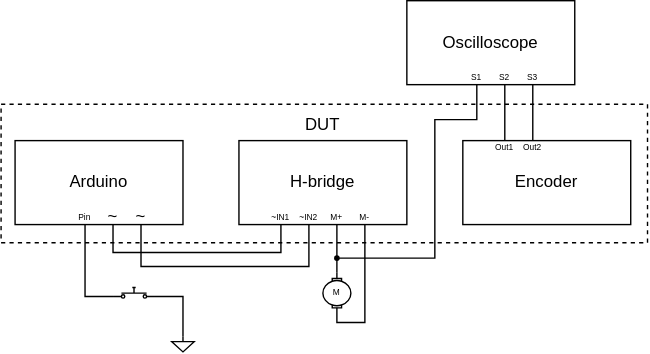
Before: gitfigures/appendix/control_tests/step_response_test/step_response_test_setup.drawio.svg, a diagram exported from draw.io (Niclasapdk/esd5_project). Source tidied: cells renumbered, new cells last; positions are measured from the earlier drawing's top-left corner, leaving out a move shared by most shapes.
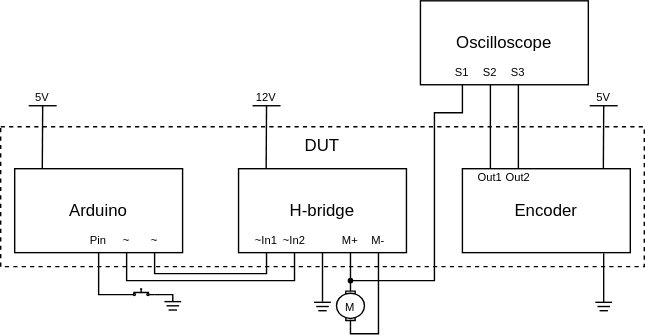
Later version of the same file.

What changed in the source:
```diff
@@ -2,122 +2,240 @@
   <root>
     <mxCell id="0" />
     <mxCell id="1" parent="0" />
-    <mxCell id="2" style="rounded=0;whiteSpace=wrap;html=1;dashed=1;" parent="1" vertex="1">
-      <mxGeometry y="74" width="462" height="99" as="geometry" />
-    </mxCell>
+    <mxCell id="32" value="DUT" style="rounded=0;whiteSpace=wrap;html=1;strokeColor=default;dashed=1;verticalAlign=top;" parent="1" vertex="1">
+      <mxGeometry x="40" y="50" width="460" height="100" as="geometry" />
+    </mxCell>
+    <mxCell id="33" style="edgeStyle=orthogonalEdgeStyle;rounded=0;jettySize=auto;html=1;exitX=0.5;exitY=1;exitDx=0;exitDy=0;endArrow=none;endFill=0;" parent="1" edge="1" source="4">
+      <mxGeometry relative="1" as="geometry">
+        <mxPoint x="270" y="175" as="targetPoint" />
+      </mxGeometry>
+    </mxCell>
+    <mxCell id="34" style="edgeStyle=orthogonalEdgeStyle;rounded=0;jettySize=auto;html=1;exitX=0.5;exitY=1;exitDx=0;exitDy=0;entryX=0.5;entryY=1;entryDx=0;entryDy=0;endArrow=none;endFill=0;" parent="1" edge="1" source="42" target="40">
+      <mxGeometry relative="1" as="geometry">
+        <Array as="points">
+          <mxPoint x="250" y="160" />
+          <mxPoint x="130" y="160" />
+        </Array>
+      </mxGeometry>
+    </mxCell>
+    <mxCell id="35" style="edgeStyle=orthogonalEdgeStyle;rounded=0;jettySize=auto;html=1;exitX=0.5;exitY=1;exitDx=0;exitDy=0;entryX=0.5;entryY=1;entryDx=0;entryDy=0;endArrow=none;endFill=0;" parent="1" edge="1" source="39" target="41">
+      <mxGeometry relative="1" as="geometry" />
+    </mxCell>
+    <mxCell id="36" style="edgeStyle=orthogonalEdgeStyle;rounded=0;jettySize=auto;html=1;exitX=0;exitY=0.5;exitDx=0;exitDy=0;exitPerimeter=0;entryX=0.5;entryY=1;entryDx=0;entryDy=0;endArrow=none;endFill=0;" parent="1" edge="1" source="43" target="13">
+      <mxGeometry relative="1" as="geometry" />
+    </mxCell>
+    <mxCell id="37" style="edgeStyle=orthogonalEdgeStyle;rounded=0;jettySize=auto;html=1;exitX=0.5;exitY=1;exitDx=0;exitDy=0;entryX=1;entryY=0.5;entryDx=0;entryDy=0;entryPerimeter=0;endArrow=none;endFill=0;" parent="1" edge="1" source="14" target="43">
+      <mxGeometry relative="1" as="geometry">
+        <Array as="points">
+          <mxPoint x="310" y="198" />
+          <mxPoint x="290" y="198" />
+        </Array>
+      </mxGeometry>
+    </mxCell>
+    <mxCell id="38" style="edgeStyle=orthogonalEdgeStyle;rounded=0;jettySize=auto;html=1;exitX=0.5;exitY=1;exitDx=0;exitDy=0;endArrow=oval;endFill=1;endSize=3;" parent="1" edge="1" source="22">
+      <mxGeometry relative="1" as="geometry">
+        <mxPoint x="290" y="160" as="targetPoint" />
+        <Array as="points">
+          <mxPoint x="370" y="40" />
+          <mxPoint x="350" y="40" />
+          <mxPoint x="350" y="160" />
+          <mxPoint x="290" y="160" />
+        </Array>
+      </mxGeometry>
+    </mxCell>
     <mxCell id="3" value="Arduino" style="rounded=0;whiteSpace=wrap;html=1;" parent="1" vertex="1">
-      <mxGeometry x="10" y="100" width="120" height="60" as="geometry" />
+      <mxGeometry x="50" y="80" width="120" height="60" as="geometry" />
     </mxCell>
     <mxCell id="4" value="H-bridge" style="rounded=0;whiteSpace=wrap;html=1;" parent="1" vertex="1">
-      <mxGeometry x="170" y="100" width="120" height="60" as="geometry" />
+      <mxGeometry x="210" y="80" width="120" height="60" as="geometry" />
     </mxCell>
-    <mxCell id="5" value="~" style="text;html=1;align=center;verticalAlign=middle;whiteSpace=wrap;rounded=0;" parent="1" vertex="1">
-      <mxGeometry x="90" y="150" width="20" height="10" as="geometry" />
-    </mxCell>
+    <mxCell id="7" value="Encoder" style="rounded=0;whiteSpace=wrap;html=1;" parent="1" vertex="1">
+      <mxGeometry x="370" y="80" width="120" height="60" as="geometry" />
+    </mxCell>
+    <mxCell id="17" style="edgeStyle=orthogonalEdgeStyle;rounded=0;jettySize=auto;html=1;exitX=0.5;exitY=1;exitDx=0;exitDy=0;endArrow=none;endFill=0;entryX=0.5;entryY=0;entryDx=0;entryDy=0;" parent="1" edge="1" source="18" target="16">
+      <mxGeometry relative="1" as="geometry">
+        <Array as="points">
+          <mxPoint x="410" y="50" />
+          <mxPoint x="410" y="50" />
+        </Array>
+      </mxGeometry>
+    </mxCell>
+    <mxCell id="19" style="edgeStyle=orthogonalEdgeStyle;rounded=0;jettySize=auto;html=1;exitX=0.5;exitY=1;exitDx=0;exitDy=0;entryX=0.5;entryY=0;entryDx=0;entryDy=0;endArrow=none;endFill=0;" parent="1" edge="1" source="20" target="15">
+      <mxGeometry relative="1" as="geometry" />
+    </mxCell>
     <mxCell id="6" value="Oscilloscope" style="rounded=0;whiteSpace=wrap;html=1;" parent="1" vertex="1">
-      <mxGeometry x="290" width="120" height="60" as="geometry" />
+      <mxGeometry x="340" y="-40" width="120" height="60" as="geometry" />
     </mxCell>
-    <mxCell id="7" value="Encoder" style="rounded=0;whiteSpace=wrap;html=1;" parent="1" vertex="1">
-      <mxGeometry x="330" y="100" width="120" height="60" as="geometry" />
-    </mxCell>
-    <mxCell id="8" value="~" style="text;html=1;align=center;verticalAlign=middle;whiteSpace=wrap;rounded=0;" parent="1" vertex="1">
-      <mxGeometry x="70" y="150" width="20" height="10" as="geometry" />
-    </mxCell>
-    <mxCell id="9" style="edgeStyle=orthogonalEdgeStyle;rounded=0;jettySize=auto;html=1;exitX=0.5;exitY=1;exitDx=0;exitDy=0;entryX=0.5;entryY=1;entryDx=0;entryDy=0;endArrow=none;endFill=0;" parent="1" edge="1" source="10" target="8">
-      <mxGeometry relative="1" as="geometry">
-        <Array as="points">
-          <mxPoint x="200" y="180" />
-          <mxPoint x="80" y="180" />
-        </Array>
-      </mxGeometry>
-    </mxCell>
-    <mxCell id="10" value="&lt;font style=&quot;font-size: 6px;&quot;&gt;~IN1&lt;/font&gt;" style="text;html=1;align=center;verticalAlign=middle;whiteSpace=wrap;rounded=0;spacingBottom=5;" parent="1" vertex="1">
-      <mxGeometry x="190" y="150" width="20" height="10" as="geometry" />
-    </mxCell>
-    <mxCell id="11" style="edgeStyle=orthogonalEdgeStyle;rounded=0;jettySize=auto;html=1;exitX=0.5;exitY=1;exitDx=0;exitDy=0;entryX=0.5;entryY=1;entryDx=0;entryDy=0;endArrow=none;endFill=0;" parent="1" edge="1" source="12" target="5">
-      <mxGeometry relative="1" as="geometry">
-        <Array as="points">
-          <mxPoint x="220" y="190" />
-          <mxPoint x="100" y="190" />
-        </Array>
-      </mxGeometry>
-    </mxCell>
-    <mxCell id="12" value="&lt;font style=&quot;font-size: 6px;&quot;&gt;~IN2&lt;/font&gt;" style="text;html=1;align=center;verticalAlign=middle;whiteSpace=wrap;rounded=0;spacingBottom=5;" parent="1" vertex="1">
-      <mxGeometry x="210" y="150" width="20" height="10" as="geometry" />
-    </mxCell>
+    <mxCell id="39" value="&lt;font style=&quot;font-size: 8px;&quot;&gt;~&lt;/font&gt;" style="text;html=1;align=center;verticalAlign=middle;whiteSpace=wrap;rounded=0;" parent="1" vertex="1">
+      <mxGeometry x="140" y="125" width="20" height="10" as="geometry" />
+    </mxCell>
+    <mxCell id="40" value="&lt;font style=&quot;font-size: 8px;&quot;&gt;~&lt;/font&gt;" style="text;html=1;align=center;verticalAlign=middle;whiteSpace=wrap;rounded=0;" parent="1" vertex="1">
+      <mxGeometry x="120" y="125" width="20" height="10" as="geometry" />
+    </mxCell>
+    <mxCell id="30" value="&lt;font style=&quot;font-size: 8px;&quot;&gt;Pin&lt;/font&gt;" style="text;html=1;align=center;verticalAlign=middle;whiteSpace=wrap;rounded=0;" parent="1" vertex="1">
+      <mxGeometry x="100" y="125" width="20" height="10" as="geometry" />
+    </mxCell>
+    <mxCell id="41" value="&lt;font style=&quot;font-size: 8px;&quot;&gt;~In1&lt;/font&gt;" style="text;html=1;align=center;verticalAlign=middle;whiteSpace=wrap;rounded=0;" parent="1" vertex="1">
+      <mxGeometry x="220" y="125" width="20" height="10" as="geometry" />
+    </mxCell>
+    <mxCell id="42" value="&lt;font style=&quot;font-size: 8px;&quot;&gt;~In2&lt;/font&gt;" style="text;html=1;align=center;verticalAlign=middle;whiteSpace=wrap;rounded=0;" parent="1" vertex="1">
+      <mxGeometry x="240" y="125" width="20" height="10" as="geometry" />
+    </mxCell>
+    <mxCell id="14" value="&lt;font style=&quot;font-size: 8px;&quot;&gt;M-&lt;/font&gt;" style="text;html=1;align=center;verticalAlign=middle;whiteSpace=wrap;rounded=0;" parent="1" vertex="1">
+      <mxGeometry x="300" y="125" width="20" height="10" as="geometry" />
+    </mxCell>
-    <mxCell id="13" value="&lt;font style=&quot;font-size: 6px;&quot;&gt;M+&lt;/font&gt;" style="text;html=1;align=center;verticalAlign=middle;whiteSpace=wrap;rounded=0;spacingBottom=5;" parent="1" vertex="1">
-      <mxGeometry x="230" y="150" width="20" height="10" as="geometry" />
+    <mxCell id="13" value="&lt;font style=&quot;font-size: 8px;&quot;&gt;M+&lt;/font&gt;" style="text;html=1;align=center;verticalAlign=middle;whiteSpace=wrap;rounded=0;" parent="1" vertex="1">
+      <mxGeometry x="280" y="125" width="20" height="10" as="geometry" />
     </mxCell>
-    <mxCell id="14" value="&lt;font style=&quot;font-size: 6px;&quot;&gt;M-&lt;/font&gt;" style="text;html=1;align=center;verticalAlign=middle;whiteSpace=wrap;rounded=0;spacingBottom=5;" parent="1" vertex="1">
-      <mxGeometry x="250" y="150" width="20" height="10" as="geometry" />
-    </mxCell>
-    <mxCell id="15" value="&lt;font style=&quot;font-size: 6px;&quot;&gt;Out1&lt;/font&gt;" style="text;html=1;align=center;verticalAlign=middle;whiteSpace=wrap;rounded=0;spacingBottom=5;" parent="1" vertex="1">
-      <mxGeometry x="350" y="100" width="20" height="10" as="geometry" />
+    <mxCell id="15" value="&lt;font style=&quot;font-size: 8px;&quot;&gt;Out1&lt;/font&gt;" style="text;html=1;align=center;verticalAlign=middle;whiteSpace=wrap;rounded=0;" parent="1" vertex="1">
+      <mxGeometry x="380" y="80" width="20" height="10" as="geometry" />
     </mxCell>
-    <mxCell id="16" value="&lt;font style=&quot;font-size: 6px;&quot;&gt;Out2&lt;/font&gt;" style="text;html=1;align=center;verticalAlign=middle;whiteSpace=wrap;rounded=0;spacingBottom=5;" parent="1" vertex="1">
-      <mxGeometry x="370" y="100" width="20" height="10" as="geometry" />
+    <mxCell id="16" value="&lt;font style=&quot;font-size: 8px;&quot;&gt;Out2&lt;/font&gt;" style="text;html=1;align=center;verticalAlign=middle;whiteSpace=wrap;rounded=0;" parent="1" vertex="1">
+      <mxGeometry x="400" y="80" width="20" height="10" as="geometry" />
     </mxCell>
-    <mxCell id="17" style="edgeStyle=orthogonalEdgeStyle;rounded=0;jettySize=auto;html=1;endArrow=none;endFill=0;" parent="1" edge="1" source="18" target="16">
-      <mxGeometry relative="1" as="geometry" />
-    </mxCell>
-    <mxCell id="18" value="&lt;font style=&quot;font-size: 6px;&quot;&gt;S3&lt;/font&gt;" style="text;html=1;align=center;verticalAlign=middle;whiteSpace=wrap;rounded=0;spacingBottom=5;" parent="1" vertex="1">
-      <mxGeometry x="370" y="50" width="20" height="10" as="geometry" />
+    <mxCell id="18" value="&lt;font style=&quot;font-size: 8px;&quot;&gt;S3&lt;/font&gt;" style="text;html=1;align=center;verticalAlign=middle;whiteSpace=wrap;rounded=0;" parent="1" vertex="1">
+      <mxGeometry x="400" y="5" width="20" height="10" as="geometry" />
     </mxCell>
-    <mxCell id="19" style="edgeStyle=orthogonalEdgeStyle;rounded=0;jettySize=auto;html=1;entryX=0.5;entryY=0;entryDx=0;entryDy=0;endArrow=none;endFill=0;" parent="1" edge="1" source="20" target="15">
-      <mxGeometry relative="1" as="geometry" />
-    </mxCell>
-    <mxCell id="20" value="&lt;font style=&quot;font-size: 6px;&quot;&gt;S2&lt;/font&gt;" style="text;html=1;align=center;verticalAlign=middle;whiteSpace=wrap;rounded=0;spacingBottom=5;" parent="1" vertex="1">
-      <mxGeometry x="350" y="50" width="20" height="10" as="geometry" />
+    <mxCell id="20" value="&lt;font style=&quot;font-size: 8px;&quot;&gt;S2&lt;/font&gt;" style="text;html=1;align=center;verticalAlign=middle;whiteSpace=wrap;rounded=0;" parent="1" vertex="1">
+      <mxGeometry x="380" y="5" width="20" height="10" as="geometry" />
     </mxCell>
-    <mxCell id="21" style="edgeStyle=orthogonalEdgeStyle;rounded=0;jettySize=auto;html=1;exitX=0.5;exitY=1;exitDx=0;exitDy=0;endArrow=oval;endFill=1;endSize=3;" parent="1" edge="1" source="22">
-      <mxGeometry relative="1" as="geometry">
-        <mxPoint x="240" y="184" as="targetPoint" />
-        <Array as="points">
-          <mxPoint x="340" y="85" />
-          <mxPoint x="310" y="85" />
-          <mxPoint x="310" y="184" />
-        </Array>
-      </mxGeometry>
-    </mxCell>
-    <mxCell id="22" value="&lt;font style=&quot;font-size: 6px;&quot;&gt;S1&lt;/font&gt;" style="text;html=1;align=center;verticalAlign=middle;whiteSpace=wrap;rounded=0;spacingBottom=5;" parent="1" vertex="1">
-      <mxGeometry x="330" y="50" width="20" height="10" as="geometry" />
+    <mxCell id="22" value="&lt;font style=&quot;font-size: 8px;&quot;&gt;S1&lt;/font&gt;" style="text;html=1;align=center;verticalAlign=middle;whiteSpace=wrap;rounded=0;" parent="1" vertex="1">
+      <mxGeometry x="360" y="5" width="20" height="10" as="geometry" />
     </mxCell>
-    <mxCell id="23" style="edgeStyle=orthogonalEdgeStyle;rounded=0;jettySize=auto;html=1;exitX=1;exitY=0.5;exitDx=0;exitDy=0;exitPerimeter=0;entryX=0.5;entryY=1;entryDx=0;entryDy=0;endArrow=none;endFill=0;" parent="1" edge="1" source="24" target="14">
-      <mxGeometry relative="1" as="geometry">
-        <Array as="points">
-          <mxPoint x="240" y="230" />
-          <mxPoint x="260" y="230" />
-        </Array>
-      </mxGeometry>
-    </mxCell>
-    <mxCell id="24" style="shape=mxgraph.electrical.electro-mechanical.motor_2;html=1;shadow=0;dashed=0;align=center;fontSize=30;strokeWidth=1;spacingBottom=16;rotation=90;spacingRight=0;" parent="1" vertex="1">
-      <mxGeometry x="225" y="199" width="30" height="20" as="geometry" />
-    </mxCell>
-    <mxCell id="25" style="edgeStyle=orthogonalEdgeStyle;rounded=0;jettySize=auto;html=1;exitX=0.5;exitY=1;exitDx=0;exitDy=0;entryX=0;entryY=0.5;entryDx=0;entryDy=0;entryPerimeter=0;endArrow=none;endFill=0;" parent="1" edge="1" source="13" target="24">
-      <mxGeometry relative="1" as="geometry" />
-    </mxCell>
+    <mxCell id="43" style="shape=mxgraph.electrical.electro-mechanical.motor_2;html=1;shadow=0;dashed=0;align=center;fontSize=30;strokeWidth=1;direction=south;" parent="1" vertex="1">
+      <mxGeometry x="280" y="163" width="20" height="30" as="geometry" />
+    </mxCell>
-    <mxCell id="26" value="&lt;font style=&quot;font-size: 6px;&quot;&gt;M&lt;/font&gt;" style="text;html=1;align=center;verticalAlign=middle;whiteSpace=wrap;rounded=0;spacingBottom=5;" parent="1" vertex="1">
-      <mxGeometry x="230" y="204" width="20" height="10" as="geometry" />
+    <mxCell id="26" value="&lt;font style=&quot;font-size: 8px;&quot;&gt;M&lt;/font&gt;" style="text;html=1;align=center;verticalAlign=middle;whiteSpace=wrap;rounded=0;" parent="1" vertex="1">
+      <mxGeometry x="280" y="175.5" width="20" height="5" as="geometry" />
     </mxCell>
-    <mxCell id="27" style="edgeStyle=orthogonalEdgeStyle;rounded=0;jettySize=auto;html=1;exitX=1;exitY=0.8;exitDx=0;exitDy=0;endArrow=none;endFill=0;" parent="1" edge="1" source="28">
-      <mxGeometry relative="1" as="geometry">
-        <mxPoint x="130" y="240" as="targetPoint" />
-      </mxGeometry>
-    </mxCell>
-    <mxCell id="28" style="html=1;shape=mxgraph.electrical.electro-mechanical.pushbutton;elSwitchState=off;" parent="1" vertex="1">
-      <mxGeometry x="80" y="205" width="30" height="8" as="geometry" />
-    </mxCell>
-    <mxCell id="29" style="edgeStyle=orthogonalEdgeStyle;rounded=0;jettySize=auto;html=1;exitX=0.5;exitY=1;exitDx=0;exitDy=0;entryX=0;entryY=0.8;entryDx=0;entryDy=0;endArrow=none;endFill=0;" parent="1" edge="1" source="30" target="28">
-      <mxGeometry relative="1" as="geometry" />
-    </mxCell>
-    <mxCell id="30" value="&lt;font style=&quot;font-size: 6px;&quot;&gt;Pin&lt;/font&gt;" style="text;html=1;align=center;verticalAlign=middle;whiteSpace=wrap;rounded=0;spacingBottom=5;" parent="1" vertex="1">
-      <mxGeometry x="50" y="150" width="20" height="10" as="geometry" />
-    </mxCell>
-    <mxCell id="31" style="verticalLabelPosition=bottom;shadow=0;dashed=0;align=center;html=1;verticalAlign=top;shape=mxgraph.electrical.signal_sources.signal_ground;" parent="1" vertex="1">
-      <mxGeometry x="122" y="240" width="16" height="11" as="geometry" />
-    </mxCell>
-    <mxCell id="32" value="DUT" style="text;html=1;align=center;verticalAlign=middle;whiteSpace=wrap;rounded=0;" parent="1" vertex="1">
-      <mxGeometry x="200" y="74" width="60" height="30" as="geometry" />
-    </mxCell>
+    <mxCell id="44" style="edgeStyle=orthogonalEdgeStyle;rounded=0;jettySize=auto;html=1;exitX=0;exitY=0.8;exitDx=0;exitDy=0;entryX=0.5;entryY=1;entryDx=0;entryDy=0;endArrow=none;endFill=0;" parent="1" edge="1" source="46" target="3">
+      <mxGeometry relative="1" as="geometry">
+        <Array as="points">
+          <mxPoint x="110" y="170" />
+        </Array>
+      </mxGeometry>
+    </mxCell>
+    <mxCell id="45" style="edgeStyle=orthogonalEdgeStyle;rounded=0;jettySize=auto;html=1;exitX=1;exitY=0.8;exitDx=0;exitDy=0;endArrow=none;endFill=0;" parent="1" edge="1" source="46">
+      <mxGeometry relative="1" as="geometry">
+        <mxPoint x="163" y="175" as="targetPoint" />
+      </mxGeometry>
+    </mxCell>
+    <mxCell id="46" style="html=1;shape=mxgraph.electrical.electro-mechanical.pushbutton;elSwitchState=off;strokeWidth=1;" parent="1" vertex="1">
+      <mxGeometry x="131" y="166" width="18.7" height="5" as="geometry" />
+    </mxCell>
+    <mxCell id="47" style="group;" parent="1" vertex="1">
+      <mxGeometry x="157" y="175" width="12" height="6" as="geometry" />
+    </mxCell>
+    <mxCell id="48" style="endArrow=none;html=1;rounded=0;" parent="47" edge="1">
+      <mxGeometry relative="1" as="geometry">
+        <mxPoint as="sourcePoint" />
+        <mxPoint x="12" as="targetPoint" />
+      </mxGeometry>
+    </mxCell>
+    <mxCell id="49" style="endArrow=none;html=1;rounded=0;" parent="47" edge="1">
+      <mxGeometry relative="1" as="geometry">
+        <mxPoint x="1.5" y="3" as="sourcePoint" />
+        <mxPoint x="10.5" y="3" as="targetPoint" />
+      </mxGeometry>
+    </mxCell>
+    <mxCell id="50" style="endArrow=none;html=1;rounded=0;" parent="47" edge="1">
+      <mxGeometry relative="1" as="geometry">
+        <mxPoint x="3" y="6" as="sourcePoint" />
+        <mxPoint x="9" y="6" as="targetPoint" />
+      </mxGeometry>
+    </mxCell>
+    <mxCell id="51" style="endArrow=none;html=1;rounded=0;" parent="1" edge="1">
+      <mxGeometry relative="1" as="geometry">
+        <mxPoint x="69.7" y="80" as="sourcePoint" />
+        <mxPoint x="70" y="35" as="targetPoint" />
+      </mxGeometry>
+    </mxCell>
+    <mxCell id="52" style="endArrow=none;html=1;rounded=0;" parent="1" edge="1">
+      <mxGeometry relative="1" as="geometry">
+        <mxPoint x="60" y="35" as="sourcePoint" />
+        <mxPoint x="80" y="35" as="targetPoint" />
+      </mxGeometry>
+    </mxCell>
+    <mxCell id="53" value="&lt;font style=&quot;font-size: 8px;&quot;&gt;5V&lt;/font&gt;" style="text;html=1;align=center;verticalAlign=middle;whiteSpace=wrap;rounded=0;" parent="1" vertex="1">
+      <mxGeometry x="50" y="20" width="40" height="15" as="geometry" />
+    </mxCell>
+    <mxCell id="54" style="endArrow=none;html=1;rounded=0;" parent="1" edge="1">
+      <mxGeometry relative="1" as="geometry">
+        <mxPoint x="229.7" y="80" as="sourcePoint" />
+        <mxPoint x="230" y="35" as="targetPoint" />
+      </mxGeometry>
+    </mxCell>
+    <mxCell id="55" style="endArrow=none;html=1;rounded=0;" parent="1" edge="1">
+      <mxGeometry relative="1" as="geometry">
+        <mxPoint x="220" y="35" as="sourcePoint" />
+        <mxPoint x="240" y="35" as="targetPoint" />
+      </mxGeometry>
+    </mxCell>
+    <mxCell id="56" style="group;" parent="1" vertex="1">
+      <mxGeometry x="264" y="175.5" width="12" height="6" as="geometry" />
+    </mxCell>
+    <mxCell id="57" style="endArrow=none;html=1;rounded=0;" parent="56" edge="1">
+      <mxGeometry relative="1" as="geometry">
+        <mxPoint as="sourcePoint" />
+        <mxPoint x="12" as="targetPoint" />
+      </mxGeometry>
+    </mxCell>
+    <mxCell id="58" style="endArrow=none;html=1;rounded=0;" parent="56" edge="1">
+      <mxGeometry relative="1" as="geometry">
+        <mxPoint x="1.5" y="3" as="sourcePoint" />
+        <mxPoint x="10.5" y="3" as="targetPoint" />
+      </mxGeometry>
+    </mxCell>
+    <mxCell id="59" style="endArrow=none;html=1;rounded=0;" parent="56" edge="1">
+      <mxGeometry relative="1" as="geometry">
+        <mxPoint x="3" y="6" as="sourcePoint" />
+        <mxPoint x="9" y="6" as="targetPoint" />
+      </mxGeometry>
+    </mxCell>
+    <mxCell id="60" style="edgeStyle=orthogonalEdgeStyle;rounded=0;orthogonalLoop=1;jettySize=auto;html=1;exitX=0.5;exitY=1;exitDx=0;exitDy=0;endArrow=none;endFill=0;" parent="1" edge="1">
+      <mxGeometry relative="1" as="geometry">
+        <mxPoint x="471" y="140.5" as="sourcePoint" />
+        <mxPoint x="471" y="175.5" as="targetPoint" />
+      </mxGeometry>
+    </mxCell>
+    <mxCell id="61" style="group;" parent="1" vertex="1">
+      <mxGeometry x="465" y="175.5" width="12" height="6" as="geometry" />
+    </mxCell>
+    <mxCell id="62" style="endArrow=none;html=1;rounded=0;" parent="61" edge="1">
+      <mxGeometry relative="1" as="geometry">
+        <mxPoint as="sourcePoint" />
+        <mxPoint x="12" as="targetPoint" />
+      </mxGeometry>
+    </mxCell>
+    <mxCell id="63" style="endArrow=none;html=1;rounded=0;" parent="61" edge="1">
+      <mxGeometry relative="1" as="geometry">
+        <mxPoint x="1.5" y="3" as="sourcePoint" />
+        <mxPoint x="10.5" y="3" as="targetPoint" />
+      </mxGeometry>
+    </mxCell>
+    <mxCell id="64" style="endArrow=none;html=1;rounded=0;" parent="61" edge="1">
+      <mxGeometry relative="1" as="geometry">
+        <mxPoint x="3" y="6" as="sourcePoint" />
+        <mxPoint x="9" y="6" as="targetPoint" />
+      </mxGeometry>
+    </mxCell>
+    <mxCell id="65" value="&lt;font style=&quot;font-size: 8px;&quot;&gt;12V&lt;/font&gt;" style="text;html=1;align=center;verticalAlign=middle;whiteSpace=wrap;rounded=0;" parent="1" vertex="1">
+      <mxGeometry x="210" y="20" width="40" height="15" as="geometry" />
+    </mxCell>
+    <mxCell id="66" style="endArrow=none;html=1;rounded=0;" parent="1" edge="1">
+      <mxGeometry relative="1" as="geometry">
+        <mxPoint x="470.7" y="80" as="sourcePoint" />
+        <mxPoint x="471" y="35" as="targetPoint" />
+      </mxGeometry>
+    </mxCell>
+    <mxCell id="67" style="endArrow=none;html=1;rounded=0;" parent="1" edge="1">
+      <mxGeometry relative="1" as="geometry">
+        <mxPoint x="461" y="35" as="sourcePoint" />
+        <mxPoint x="481" y="35" as="targetPoint" />
+      </mxGeometry>
+    </mxCell>
+    <mxCell id="68" value="&lt;font style=&quot;font-size: 8px;&quot;&gt;5&lt;/font&gt;&lt;font style=&quot;font-size: 8px;&quot;&gt;V&lt;/font&gt;" style="text;html=1;align=center;verticalAlign=middle;whiteSpace=wrap;rounded=0;" parent="1" vertex="1">
+      <mxGeometry x="451" y="20" width="40" height="15" as="geometry" />
+    </mxCell>
   </root>
 </mxGraphModel>
```
